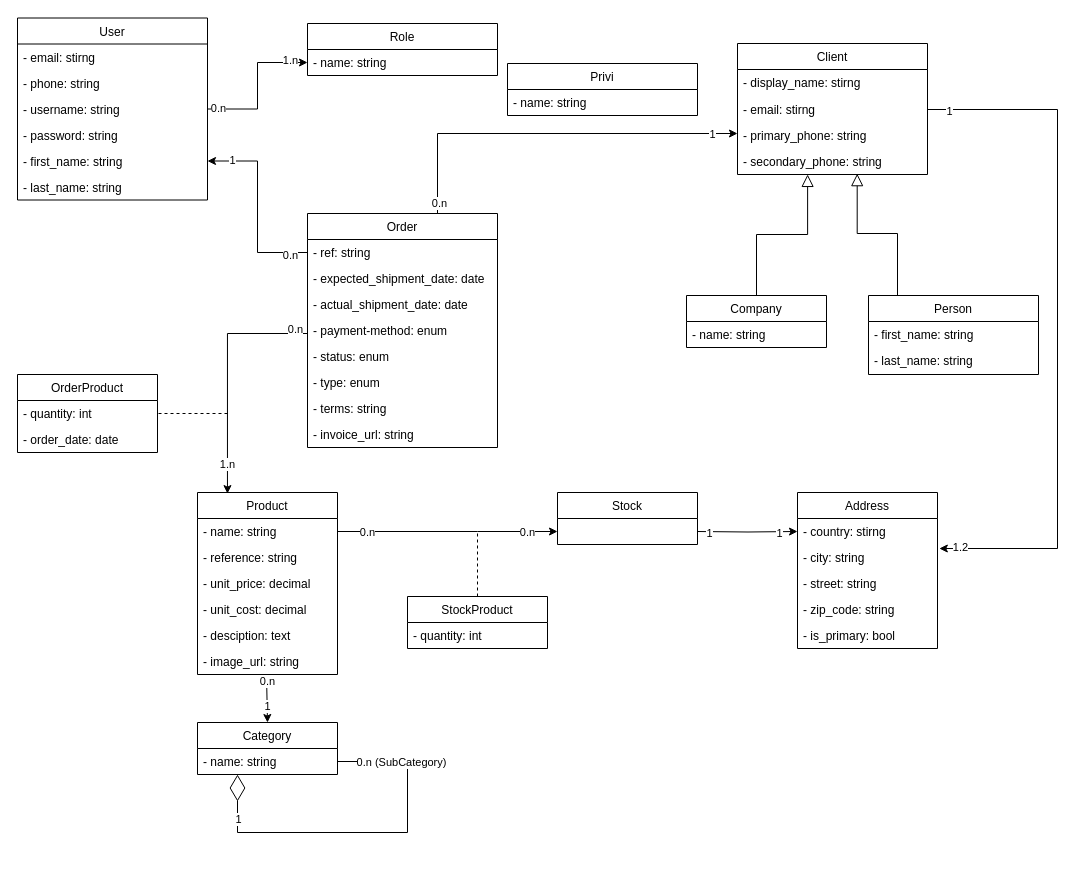
Above: class-diag.drawio in neeejm/inventory-management-system (draw.io), before the change. Source tidied: cells renumbered, new cells numbered last; positions are measured from the earlier drawing's top-left corner, leaving out a move shared by most shapes. Both pictures are drawn from the tidied source at 100%, with x=0, y=0 at pixel (17, 17).
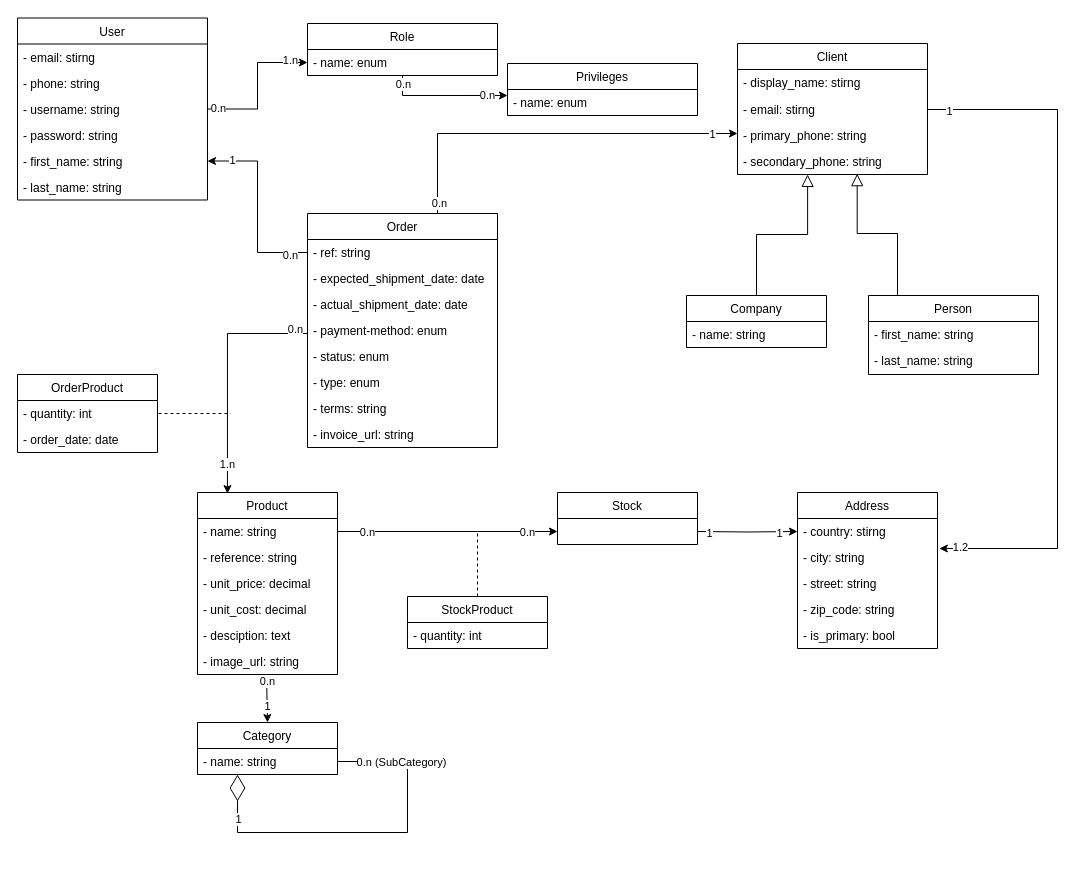
After the change.

Commit message (it also covers changes not shown here):
adding privileges model

Unchanged cells that the change refers to:
```xml
<mxCell id="74" value="Role" style="swimlane;fontStyle=0;horizontal=1;startSize=26;fillColor=none;" parent="1" vertex="1">
  <mxGeometry x="290" y="6" width="190" height="52" as="geometry" />
</mxCell>
```

The edit, as a diff of the source:
```diff
@@
+    <mxCell id="84" style="edgeStyle=orthogonalEdgeStyle;rounded=0;jettySize=auto;html=1;entryX=0;entryY=0.23;entryDx=0;entryDy=0;entryPerimeter=0;" parent="1" edge="1" source="74" target="83">
+      <mxGeometry relative="1" as="geometry" />
+    </mxCell>
+    <mxCell id="85" value="0.n" style="edgeLabel;html=1;align=center;verticalAlign=middle;" parent="84" vertex="1">
+      <mxGeometry x="0.78" relative="1" as="geometry">
+        <mxPoint x="-6" as="offset" />
+      </mxGeometry>
+    </mxCell>
+    <mxCell id="86" value="0.n" style="edgeLabel;html=1;align=center;verticalAlign=middle;" parent="84" vertex="1">
+      <mxGeometry x="-0.92" relative="1" as="geometry">
+        <mxPoint y="3" as="offset" />
+      </mxGeometry>
+    </mxCell>
@@
-    <mxCell id="75" value="- name: string" style="text;strokeColor=none;fillColor=none;align=left;verticalAlign=top;spacingLeft=4;spacingRight=4;overflow=hidden;points=[[0,0.5],[1,0.5]];portConstraint=eastwest;" parent="74" vertex="1">
+    <mxCell id="75" value="- name: enum" style="text;strokeColor=none;fillColor=none;align=left;verticalAlign=top;spacingLeft=4;spacingRight=4;overflow=hidden;points=[[0,0.5],[1,0.5]];portConstraint=eastwest;" parent="74" vertex="1">
       <mxGeometry y="26" width="190" height="26" as="geometry" />
     </mxCell>
@@
-    <mxCell id="82" value="Privi" style="swimlane;fontStyle=0;horizontal=1;startSize=26;fillColor=none;" parent="1" vertex="1">
+    <mxCell id="82" value="Privileges" style="swimlane;fontStyle=0;horizontal=1;startSize=26;fillColor=none;" parent="1" vertex="1">
       <mxGeometry x="490" y="46" width="190" height="52" as="geometry" />
     </mxCell>
-    <mxCell id="83" value="- name: string" style="text;strokeColor=none;fillColor=none;align=left;verticalAlign=top;spacingLeft=4;spacingRight=4;overflow=hidden;points=[[0,0.5],[1,0.5]];portConstraint=eastwest;" parent="82" vertex="1">
+    <mxCell id="83" value="- name: enum" style="text;strokeColor=none;fillColor=none;align=left;verticalAlign=top;spacingLeft=4;spacingRight=4;overflow=hidden;points=[[0,0.5],[1,0.5]];portConstraint=eastwest;" parent="82" vertex="1">
       <mxGeometry y="26" width="190" height="26" as="geometry" />
     </mxCell>
```
